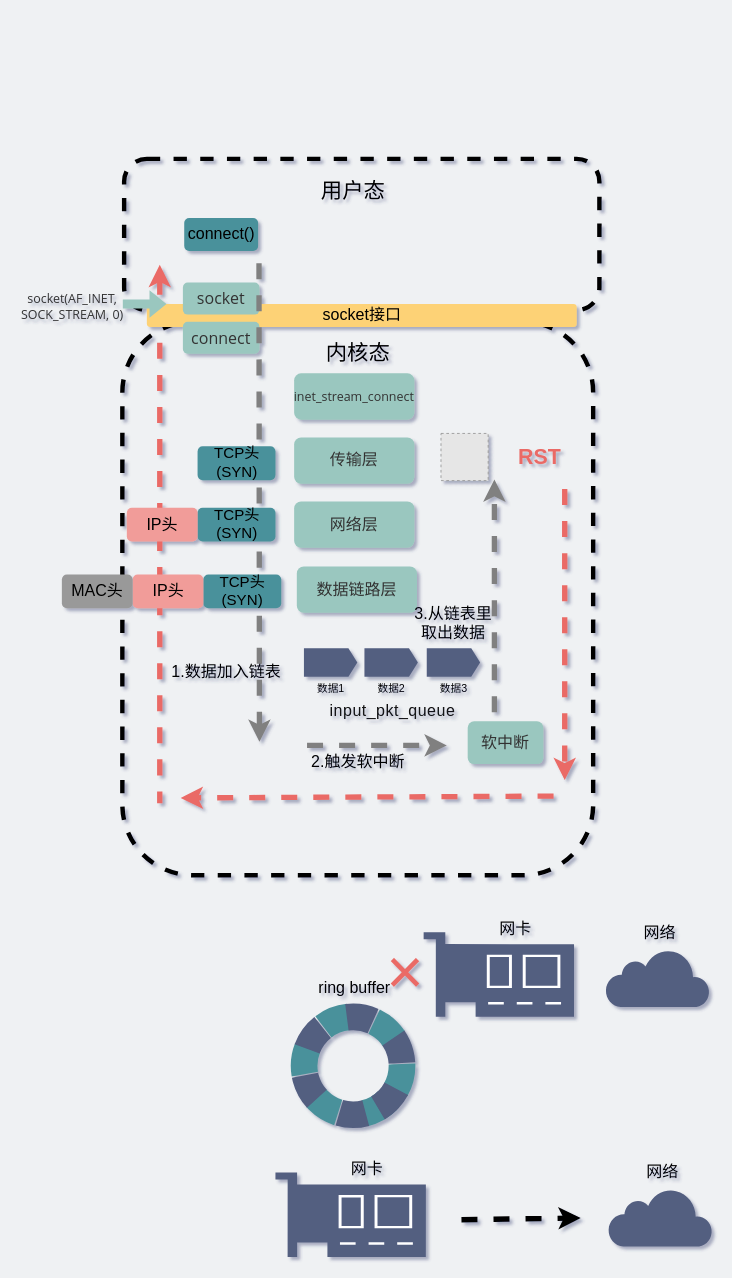
Above: network/连回环地址时端口不存在.drawio in xiaobaiTech/image (draw.io), before the change. Source tidied: cells renumbered, new cells numbered last; positions are measured from the earlier drawing's top-left corner, leaving out a move shared by most shapes. Both pictures are drawn from the tidied source at 89%, with x=0, y=0 at pixel (15, 158). Pictures stored in the file or linked from it are replaced by grey dashed boxes.
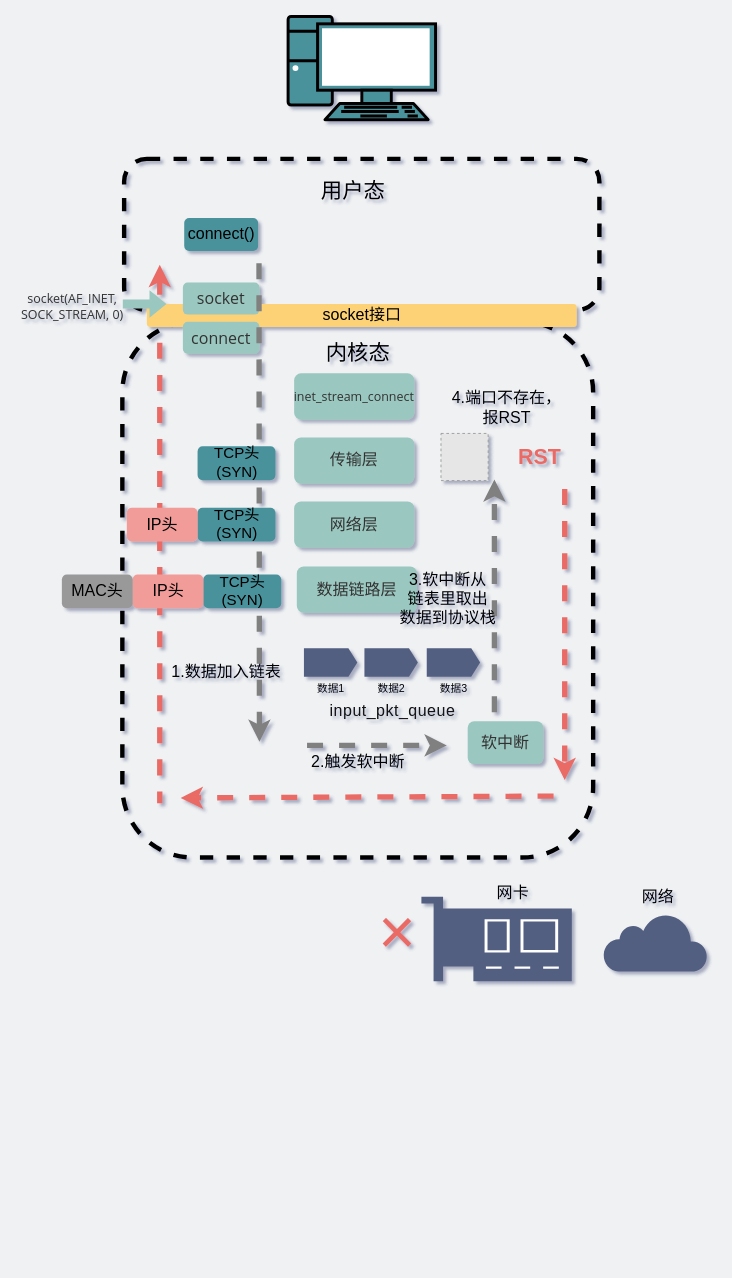
The same diagram, later.

Commit message:
Update 连回环地址时端口不存在.drawio

What changed in the source:
```diff
@@
     <mxCell id="4" style="rounded=1;whiteSpace=wrap;html=1;dashed=1;strokeWidth=5;fillColor=none;" parent="1" vertex="1">
-      <mxGeometry x="120" y="183" width="529" height="622" as="geometry" />
+      <mxGeometry x="120" y="183" width="529" height="602" as="geometry" />
     </mxCell>
@@
-    <mxCell id="16" style="shadow=0;dashed=0;html=1;strokeColor=none;labelPosition=center;verticalLabelPosition=bottom;verticalAlign=top;align=center;shape=mxgraph.veeam2.network_card;fillColor=#535E80;" parent="1" vertex="1">
-      <mxGeometry x="292" y="1139" width="169" height="95" as="geometry" />
-    </mxCell>
-    <mxCell id="17" style="ellipse;whiteSpace=wrap;html=1;dashed=1;fontSize=18;strokeWidth=30;fillColor=none;strokeColor=#4A919B;rotation=45;dashPattern=1 1;" parent="1" vertex="1">
-      <mxGeometry x="324.2" y="964" width="110" height="110" as="geometry" />
-    </mxCell>
-    <mxCell id="18" style="ellipse;whiteSpace=wrap;html=1;dashed=1;fontSize=18;strokeWidth=30;fillColor=none;rotation=75;dashPattern=1 1;strokeColor=#535E80;" parent="1" vertex="1">
-      <mxGeometry x="324.2" y="964" width="110" height="110" as="geometry" />
-    </mxCell>
-    <mxCell id="19" value="ring buffer" style="text;html=1;strokeColor=none;fillColor=none;align=center;verticalAlign=middle;whiteSpace=wrap;rounded=0;dashed=1;dashPattern=1 1;fontSize=18;" parent="1" vertex="1">
-      <mxGeometry x="327.5" y="920" width="106" height="24" as="geometry" />
-    </mxCell>
-    <mxCell id="20" value="网卡" style="text;html=1;strokeColor=none;fillColor=none;align=center;verticalAlign=middle;whiteSpace=wrap;rounded=0;dashed=1;dashPattern=1 1;fontSize=18;" parent="1" vertex="1">
-      <mxGeometry x="342" y="1123" width="106" height="24" as="geometry" />
-    </mxCell>
@@
-    <mxCell id="23" style="endArrow=classic;dashed=1;html=1;labelBackgroundColor=none;fontSize=18;fontColor=#9AC7BF;strokeWidth=6;fillColor=#9AC7BF;endFill=1;" parent="1" edge="1">
-      <mxGeometry relative="1" as="geometry">
-        <mxPoint x="501" y="1192" as="sourcePoint" />
-        <mxPoint x="635" y="1190" as="targetPoint" />
-      </mxGeometry>
-    </mxCell>
-    <mxCell id="24" style="html=1;gradientColor=none;gradientDirection=north;strokeWidth=2;shape=mxgraph.networks.cloud;fontColor=#ffffff;dashed=1;dashPattern=1 1;labelBackgroundColor=none;fontSize=18;strokeColor=none;fillColor=#535E80;" parent="1" vertex="1">
-      <mxGeometry x="666" y="1157" width="117" height="65" as="geometry" />
-    </mxCell>
-    <mxCell id="25" value="网络" style="text;html=1;strokeColor=none;fillColor=none;align=center;verticalAlign=middle;whiteSpace=wrap;rounded=0;dashed=1;dashPattern=1 1;fontSize=18;" parent="1" vertex="1">
-      <mxGeometry x="674" y="1127" width="106" height="24" as="geometry" />
-    </mxCell>
@@
-    <mxCell id="41" value="&lt;font style=&quot;font-size: 18px&quot;&gt;3.从链表里&lt;br&gt;取出数据&lt;/font&gt;" style="text;html=1;strokeColor=none;fillColor=none;align=center;verticalAlign=middle;whiteSpace=wrap;rounded=0;sketch=0;" parent="1" vertex="1">
-      <mxGeometry x="429" y="505" width="126" height="34" as="geometry" />
+    <mxCell id="41" value="&lt;font style=&quot;font-size: 18px&quot;&gt;3.软中断从&lt;br&gt;链表里取出&lt;br&gt;数据到协议栈&lt;/font&gt;" style="text;html=1;strokeColor=none;fillColor=none;align=center;verticalAlign=middle;whiteSpace=wrap;rounded=0;sketch=0;" parent="1" vertex="1">
+      <mxGeometry x="409" y="480" width="154" height="30" as="geometry" />
     </mxCell>
@@
     <mxCell id="46" style="shadow=0;dashed=0;html=1;strokeColor=none;labelPosition=center;verticalLabelPosition=bottom;verticalAlign=top;align=center;shape=mxgraph.veeam2.network_card;fillColor=#535E80;" parent="1" vertex="1">
-      <mxGeometry x="458.5" y="869" width="169" height="95" as="geometry" />
+      <mxGeometry x="456" y="829" width="169" height="95" as="geometry" />
     </mxCell>
     <mxCell id="47" value="网卡" style="text;html=1;strokeColor=none;fillColor=none;align=center;verticalAlign=middle;whiteSpace=wrap;rounded=0;dashed=1;dashPattern=1 1;fontSize=18;" parent="1" vertex="1">
-      <mxGeometry x="508.5" y="853" width="106" height="24" as="geometry" />
+      <mxGeometry x="506" y="813" width="106" height="24" as="geometry" />
     </mxCell>
     <mxCell id="48" style="html=1;gradientColor=none;gradientDirection=north;strokeWidth=2;shape=mxgraph.networks.cloud;fontColor=#ffffff;dashed=1;dashPattern=1 1;labelBackgroundColor=none;fontSize=18;strokeColor=none;fillColor=#535E80;" parent="1" vertex="1">
-      <mxGeometry x="663" y="888" width="117" height="65" as="geometry" />
+      <mxGeometry x="660.5" y="848" width="117" height="65" as="geometry" />
     </mxCell>
     <mxCell id="49" value="网络" style="text;html=1;strokeColor=none;fillColor=none;align=center;verticalAlign=middle;whiteSpace=wrap;rounded=0;dashed=1;dashPattern=1 1;fontSize=18;" parent="1" vertex="1">
-      <mxGeometry x="671" y="858" width="106" height="24" as="geometry" />
+      <mxGeometry x="668.5" y="818" width="106" height="24" as="geometry" />
     </mxCell>
     <mxCell id="50" value="&lt;font style=&quot;font-size: 72px&quot; color=&quot;#ea6b66&quot;&gt;×&lt;/font&gt;" style="text;html=1;strokeColor=none;fillColor=none;align=center;verticalAlign=middle;whiteSpace=wrap;rounded=0;sketch=0;fontSize=100;" parent="1" vertex="1">
-      <mxGeometry x="384" y="858" width="108" height="89" as="geometry" />
+      <mxGeometry x="375" y="813" width="108" height="89" as="geometry" />
     </mxCell>
+    <mxCell id="51" value="&lt;font style=&quot;font-size: 18px&quot;&gt;4.端口不存在，报RST&lt;/font&gt;" style="text;html=1;strokeColor=none;fillColor=none;align=center;verticalAlign=middle;whiteSpace=wrap;rounded=0;sketch=0;" parent="1" vertex="1">
+      <mxGeometry x="488.5" y="263" width="126" height="34" as="geometry" />
+    </mxCell>
+    <mxCell id="52" style="fontColor=#0066CC;verticalAlign=top;verticalLabelPosition=bottom;labelPosition=center;align=center;html=1;gradientColor=none;gradientDirection=north;strokeWidth=2;shape=mxgraph.networks.pc;fillColor=#4A919B;" parent="1" vertex="1">
+      <mxGeometry x="306.2" y="-160" width="165.7" height="116" as="geometry" />
+    </mxCell>
```
